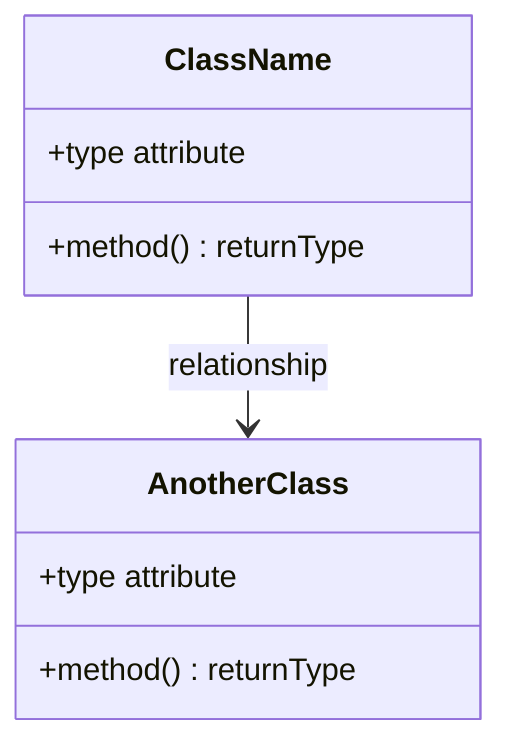
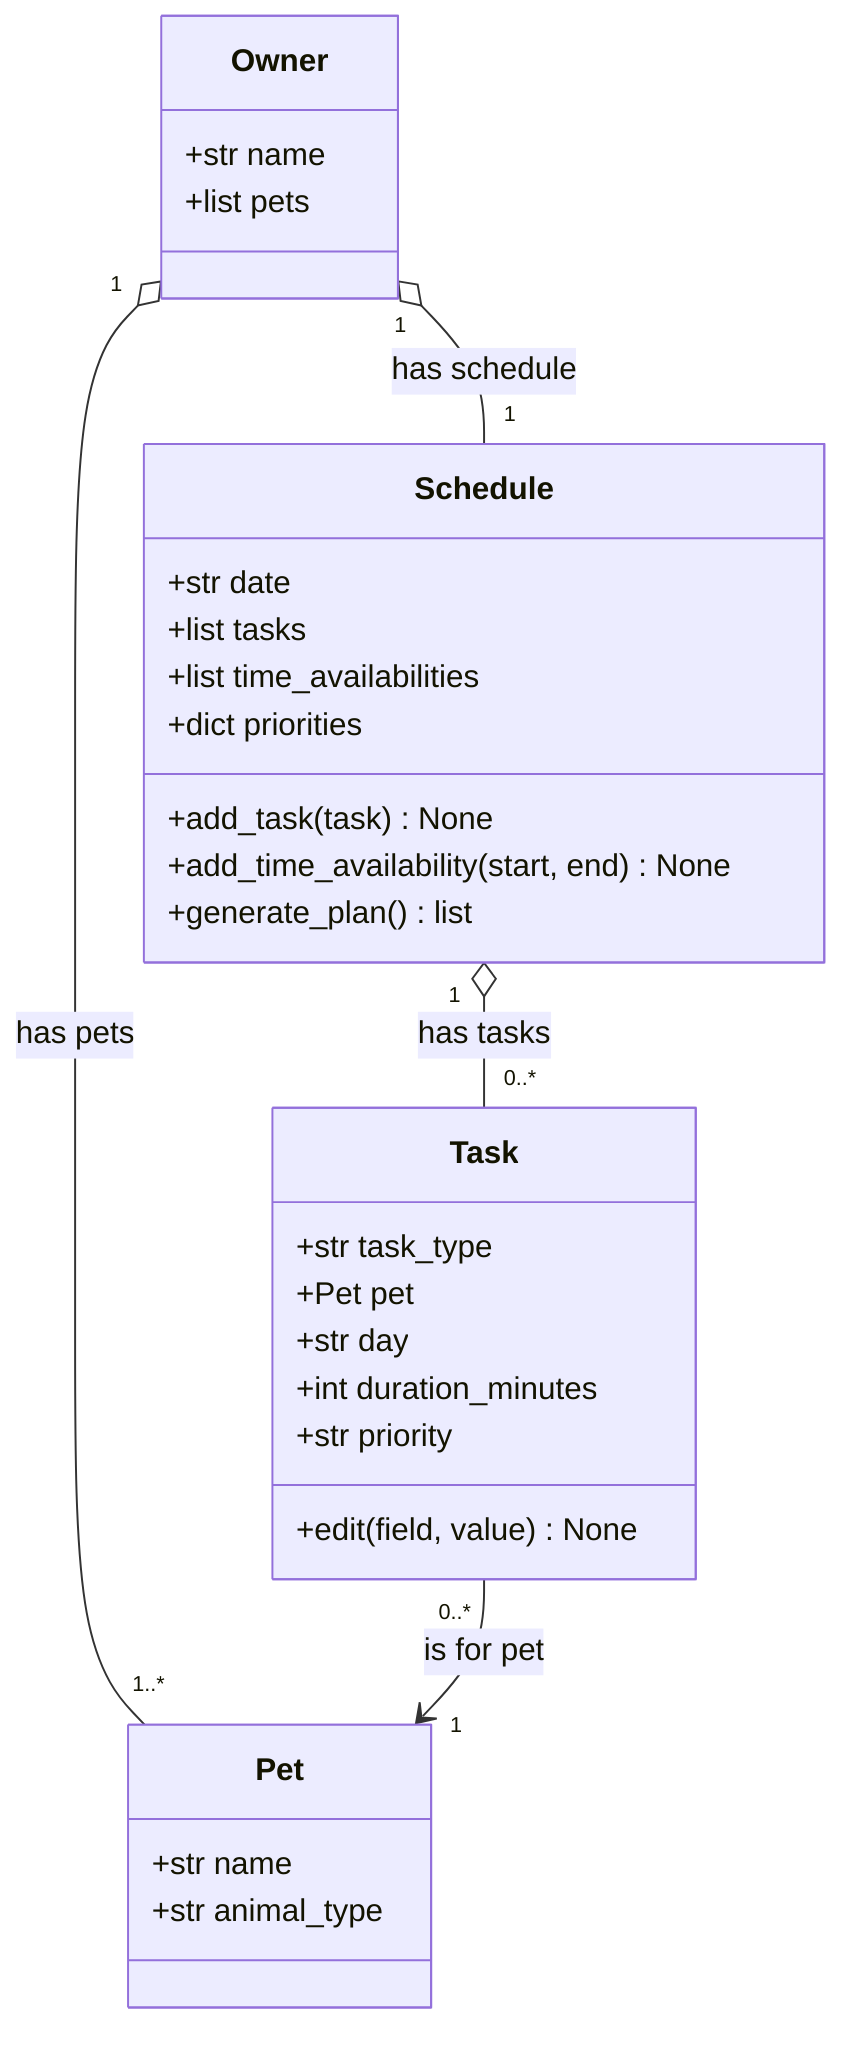
classDiagram
-     %% Replace the placeholders below with your actual classes, attributes, methods, and relationships.
-     %% Keep this file updated so it matches your final implementation.
- 
-     class ClassName {
-         +type attribute
-         +method() returnType
+     class Owner {
+         +str name
+         +list pets
    }

-     class AnotherClass {
-         +type attribute
-         +method() returnType
+     class Pet {
+         +str name
+         +str animal_type
    }

-     ClassName --> AnotherClass : relationship
+     class Task {
+         +str task_type
+         +Pet pet
+         +str day
+         +int duration_minutes
+         +str priority
+         +edit(field, value) None
+     }
+ 
+     class Schedule {
+         +str date
+         +list tasks
+         +list time_availabilities
+         +dict priorities
+         +add_task(task) None
+         +add_time_availability(start, end) None
+         +generate_plan() list
+     }
+ 
+     Owner "1" o-- "1..*" Pet : has pets
+     Owner "1" o-- "1" Schedule : has schedule
+     Schedule "1" o-- "0..*" Task : has tasks
+     Task "0..*" --> "1" Pet : is for pet
